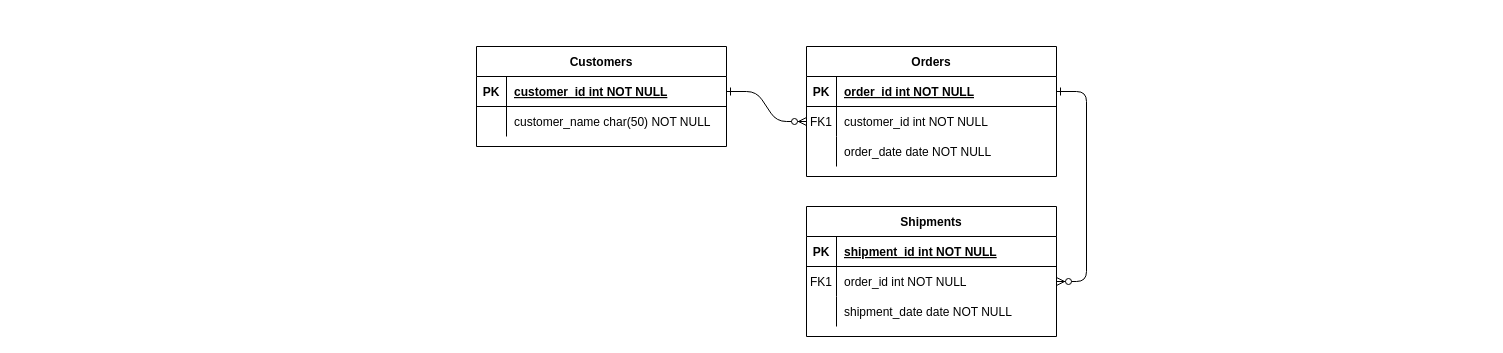
The draw.io diagram Draw.io/diagrama_entidade_relacionamento_ES.drawio in Organization-Meets/Meets_Docs, before the edit. Source tidied: cells renumbered, new cells numbered last; positions are measured from the earlier drawing's top-left corner, leaving out a move shared by most shapes. Both pictures are drawn from the tidied source at 100%, with x=0, y=0 at pixel (476, 46).
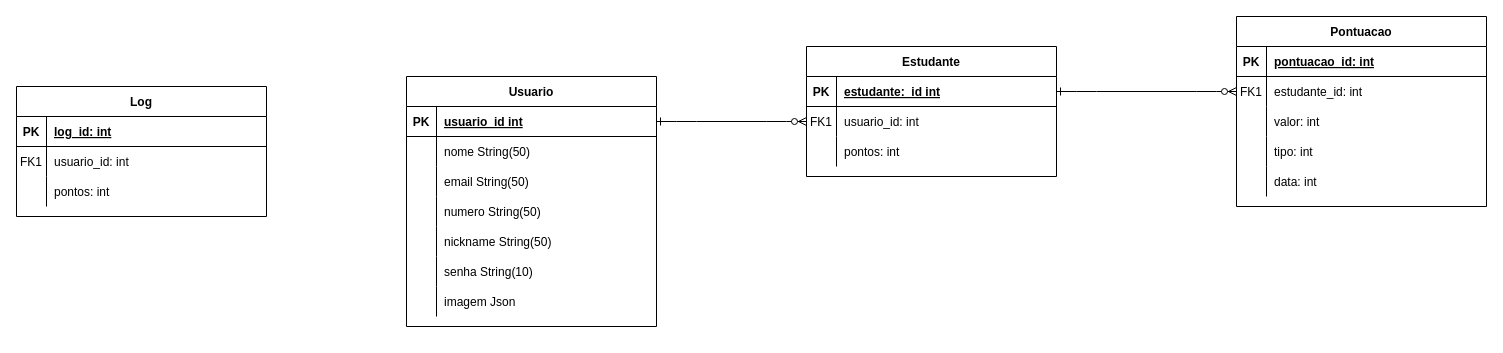
The same page after the edit.

Unchanged cells that the change refers to:
```xml
<mxCell id="5" style="shape=partialRectangle;fillColor=none;points=[[0,0.5],[1,0.5]];portConstraint=eastwest;top=0;left=0;right=0;bottom=1;" parent="4" vertex="1">
  <mxGeometry y="30" width="250" height="30" as="geometry" />
</mxCell>
<mxCell id="8" style="shape=partialRectangle;fillColor=none;points=[[0,0.5],[1,0.5]];portConstraint=eastwest;top=0;left=0;right=0;bottom=0;" parent="4" vertex="1">
  <mxGeometry y="60" width="250" height="30" as="geometry" />
</mxCell>
<mxCell id="11" style="shape=partialRectangle;fillColor=none;top=0;left=0;right=0;bottom=0;" parent="4" vertex="1">
  <mxGeometry y="90" width="250" height="30" as="geometry" />
</mxCell>
<mxCell id="15" style="shape=partialRectangle;fillColor=none;top=0;left=0;right=0;bottom=1;" parent="14" vertex="1">
  <mxGeometry y="30" width="250" height="30" as="geometry" />
</mxCell>
<mxCell id="18" style="shape=partialRectangle;fillColor=none;points=[[0,0.5],[1,0.5]];portConstraint=eastwest;top=0;left=0;right=0;bottom=0;" parent="14" vertex="1">
  <mxGeometry y="60" width="250" height="30" as="geometry" />
</mxCell>
<mxCell id="21" style="shape=partialRectangle;fillColor=none;top=0;left=0;right=0;bottom=0;" parent="14" vertex="1">
  <mxGeometry y="90" width="250" height="30" as="geometry" />
</mxCell>
<mxCell id="25" style="shape=partialRectangle;fillColor=none;points=[[0,0.5],[1,0.5]];portConstraint=eastwest;top=0;left=0;right=0;bottom=1;" parent="24" vertex="1">
  <mxGeometry y="30" width="250" height="30" as="geometry" />
</mxCell>
<mxCell id="28" style="shape=partialRectangle;fillColor=none;top=0;left=0;right=0;bottom=0;" parent="24" vertex="1">
  <mxGeometry y="60" width="250" height="30" as="geometry" />
</mxCell>
```

Change to the diagram source:
```diff
@@
-    <mxCell id="4" value="Orders" style="shape=table;startSize=30;childLayout=tableLayout;rowLines=0;fontStyle=1;align=center;" parent="1" vertex="1">
+    <mxCell id="4" value="Estudante" style="shape=table;startSize=30;childLayout=tableLayout;rowLines=0;fontStyle=1;align=center;" parent="1" vertex="1">
       <mxGeometry x="330" width="250" height="130" as="geometry" />
     </mxCell>
@@
-    <mxCell id="7" value="order_id int NOT NULL " style="shape=partialRectangle;overflow=hidden;fillColor=none;top=0;left=0;bottom=0;right=0;align=left;spacingLeft=6;fontStyle=5;" parent="5" vertex="1">
+    <mxCell id="7" value="estudante:_id int" style="shape=partialRectangle;overflow=hidden;fillColor=none;top=0;left=0;bottom=0;right=0;align=left;spacingLeft=6;fontStyle=5;" parent="5" vertex="1">
       <mxGeometry x="30" width="220" height="30" as="geometry" />
     </mxCell>
@@
-    <mxCell id="10" value="customer_id int NOT NULL" style="shape=partialRectangle;overflow=hidden;fillColor=none;top=0;left=0;bottom=0;right=0;align=left;spacingLeft=6;" parent="8" vertex="1">
+    <mxCell id="10" value="usuario_id: int" style="shape=partialRectangle;overflow=hidden;fillColor=none;top=0;left=0;bottom=0;right=0;align=left;spacingLeft=6;" parent="8" vertex="1">
       <mxGeometry x="30" width="220" height="30" as="geometry" />
     </mxCell>
@@
-    <mxCell id="13" value="order_date date NOT NULL" style="shape=partialRectangle;overflow=hidden;fillColor=none;top=0;left=0;bottom=0;right=0;align=left;spacingLeft=6;" parent="11" vertex="1">
+    <mxCell id="13" value="pontos: int" style="shape=partialRectangle;overflow=hidden;fillColor=none;top=0;left=0;bottom=0;right=0;align=left;spacingLeft=6;" parent="11" vertex="1">
       <mxGeometry x="30" width="220" height="30" as="geometry" />
     </mxCell>
-    <mxCell id="14" value="Shipments" style="shape=table;startSize=30;childLayout=tableLayout;rowLines=0;fontStyle=1;align=center;" parent="1" vertex="1">
-      <mxGeometry x="330" y="160" width="250" height="130" as="geometry" />
+    <mxCell id="14" value="Pontuacao" style="shape=table;startSize=30;childLayout=tableLayout;rowLines=0;fontStyle=1;align=center;" parent="1" vertex="1">
+      <mxGeometry x="760" y="-30" width="250" height="190" as="geometry" />
     </mxCell>
@@
-    <mxCell id="17" value="shipment_id int NOT NULL " style="shape=partialRectangle;overflow=hidden;fillColor=none;top=0;left=0;bottom=0;right=0;align=left;spacingLeft=6;fontStyle=5;" parent="15" vertex="1">
+    <mxCell id="17" value="pontuacao_id: int" style="shape=partialRectangle;overflow=hidden;fillColor=none;top=0;left=0;bottom=0;right=0;align=left;spacingLeft=6;fontStyle=5;" parent="15" vertex="1">
       <mxGeometry x="30" width="220" height="30" as="geometry" />
     </mxCell>
@@
-    <mxCell id="20" value="order_id int NOT NULL" style="shape=partialRectangle;overflow=hidden;fillColor=none;top=0;left=0;bottom=0;right=0;align=left;spacingLeft=6;" parent="18" vertex="1">
+    <mxCell id="20" value="estudante_id: int" style="shape=partialRectangle;overflow=hidden;fillColor=none;top=0;left=0;bottom=0;right=0;align=left;spacingLeft=6;" parent="18" vertex="1">
       <mxGeometry x="30" width="220" height="30" as="geometry" />
     </mxCell>
@@
-    <mxCell id="23" value="shipment_date date NOT NULL" style="shape=partialRectangle;overflow=hidden;fillColor=none;top=0;left=0;bottom=0;right=0;align=left;spacingLeft=6;" parent="21" vertex="1">
+    <mxCell id="23" value="valor: int" style="shape=partialRectangle;overflow=hidden;fillColor=none;top=0;left=0;bottom=0;right=0;align=left;spacingLeft=6;" parent="21" vertex="1">
       <mxGeometry x="30" width="220" height="30" as="geometry" />
     </mxCell>
+    <mxCell id="31" style="shape=partialRectangle;fillColor=none;top=0;left=0;right=0;bottom=0;" parent="14" vertex="1">
+      <mxGeometry y="120" width="250" height="30" as="geometry" />
+    </mxCell>
+    <mxCell id="32" style="shape=partialRectangle;overflow=hidden;fillColor=none;top=0;left=0;bottom=0;right=0;" parent="31" vertex="1">
+      <mxGeometry width="30" height="30" as="geometry" />
+    </mxCell>
+    <mxCell id="33" value="tipo: int" style="shape=partialRectangle;overflow=hidden;fillColor=none;top=0;left=0;bottom=0;right=0;align=left;spacingLeft=6;" parent="31" vertex="1">
+      <mxGeometry x="30" width="220" height="30" as="geometry" />
+    </mxCell>
+    <mxCell id="34" style="shape=partialRectangle;fillColor=none;top=0;left=0;right=0;bottom=0;" parent="14" vertex="1">
+      <mxGeometry y="150" width="250" height="30" as="geometry" />
+    </mxCell>
+    <mxCell id="35" style="shape=partialRectangle;overflow=hidden;fillColor=none;top=0;left=0;bottom=0;right=0;" parent="34" vertex="1">
+      <mxGeometry width="30" height="30" as="geometry" />
+    </mxCell>
+    <mxCell id="36" value="data: int" style="shape=partialRectangle;overflow=hidden;fillColor=none;top=0;left=0;bottom=0;right=0;align=left;spacingLeft=6;" parent="34" vertex="1">
+      <mxGeometry x="30" width="220" height="30" as="geometry" />
+    </mxCell>
-    <mxCell id="24" value="Customers" style="shape=table;startSize=30;childLayout=tableLayout;rowLines=0;fontStyle=1;align=center;" parent="1" vertex="1">
-      <mxGeometry width="250" height="100" as="geometry" />
+    <mxCell id="24" value="Usuario" style="shape=table;startSize=30;childLayout=tableLayout;rowLines=0;fontStyle=1;align=center;" parent="1" vertex="1">
+      <mxGeometry x="-70" y="30" width="250" height="250" as="geometry" />
     </mxCell>
@@
-    <mxCell id="27" value="customer_id int NOT NULL " style="shape=partialRectangle;overflow=hidden;fillColor=none;top=0;left=0;bottom=0;right=0;align=left;spacingLeft=6;fontStyle=5;" parent="25" vertex="1">
+    <mxCell id="27" value="usuario_id int" style="shape=partialRectangle;overflow=hidden;fillColor=none;top=0;left=0;bottom=0;right=0;align=left;spacingLeft=6;fontStyle=5;" parent="25" vertex="1">
       <mxGeometry x="30" width="220" height="30" as="geometry" />
     </mxCell>
@@
-    <mxCell id="30" value="customer_name char(50) NOT NULL" style="shape=partialRectangle;overflow=hidden;fillColor=none;top=0;left=0;bottom=0;right=0;align=left;spacingLeft=6;" parent="28" vertex="1">
+    <mxCell id="30" value="nome String(50)" style="shape=partialRectangle;overflow=hidden;fillColor=none;top=0;left=0;bottom=0;right=0;align=left;spacingLeft=6;" parent="28" vertex="1">
       <mxGeometry x="30" width="220" height="30" as="geometry" />
     </mxCell>
+    <mxCell id="37" style="shape=partialRectangle;fillColor=none;top=0;left=0;right=0;bottom=0;" parent="24" vertex="1">
+      <mxGeometry y="90" width="250" height="30" as="geometry" />
+    </mxCell>
+    <mxCell id="38" style="shape=partialRectangle;overflow=hidden;fillColor=none;top=0;left=0;bottom=0;right=0;" parent="37" vertex="1">
+      <mxGeometry width="30" height="30" as="geometry" />
+    </mxCell>
+    <mxCell id="39" value="email String(50)" style="shape=partialRectangle;overflow=hidden;fillColor=none;top=0;left=0;bottom=0;right=0;align=left;spacingLeft=6;" parent="37" vertex="1">
+      <mxGeometry x="30" width="220" height="30" as="geometry" />
+    </mxCell>
+    <mxCell id="40" style="shape=partialRectangle;fillColor=none;top=0;left=0;right=0;bottom=0;" parent="24" vertex="1">
+      <mxGeometry y="120" width="250" height="30" as="geometry" />
+    </mxCell>
+    <mxCell id="41" style="shape=partialRectangle;overflow=hidden;fillColor=none;top=0;left=0;bottom=0;right=0;" parent="40" vertex="1">
+      <mxGeometry width="30" height="30" as="geometry" />
+    </mxCell>
+    <mxCell id="42" value="numero String(50)" style="shape=partialRectangle;overflow=hidden;fillColor=none;top=0;left=0;bottom=0;right=0;align=left;spacingLeft=6;" parent="40" vertex="1">
+      <mxGeometry x="30" width="220" height="30" as="geometry" />
+    </mxCell>
+    <mxCell id="43" style="shape=partialRectangle;fillColor=none;top=0;left=0;right=0;bottom=0;" parent="24" vertex="1">
+      <mxGeometry y="150" width="250" height="30" as="geometry" />
+    </mxCell>
+    <mxCell id="44" style="shape=partialRectangle;overflow=hidden;fillColor=none;top=0;left=0;bottom=0;right=0;" parent="43" vertex="1">
+      <mxGeometry width="30" height="30" as="geometry" />
+    </mxCell>
+    <mxCell id="45" value="nickname String(50)" style="shape=partialRectangle;overflow=hidden;fillColor=none;top=0;left=0;bottom=0;right=0;align=left;spacingLeft=6;" parent="43" vertex="1">
+      <mxGeometry x="30" width="220" height="30" as="geometry" />
+    </mxCell>
+    <mxCell id="46" style="shape=partialRectangle;fillColor=none;top=0;left=0;right=0;bottom=0;" parent="24" vertex="1">
+      <mxGeometry y="180" width="250" height="30" as="geometry" />
+    </mxCell>
+    <mxCell id="47" style="shape=partialRectangle;overflow=hidden;fillColor=none;top=0;left=0;bottom=0;right=0;" parent="46" vertex="1">
+      <mxGeometry width="30" height="30" as="geometry" />
+    </mxCell>
+    <mxCell id="48" value="senha String(10)" style="shape=partialRectangle;overflow=hidden;fillColor=none;top=0;left=0;bottom=0;right=0;align=left;spacingLeft=6;" parent="46" vertex="1">
+      <mxGeometry x="30" width="220" height="30" as="geometry" />
+    </mxCell>
+    <mxCell id="49" style="shape=partialRectangle;fillColor=none;top=0;left=0;right=0;bottom=0;" parent="24" vertex="1">
+      <mxGeometry y="210" width="250" height="30" as="geometry" />
+    </mxCell>
+    <mxCell id="50" style="shape=partialRectangle;overflow=hidden;fillColor=none;top=0;left=0;bottom=0;right=0;" parent="49" vertex="1">
+      <mxGeometry width="30" height="30" as="geometry" />
+    </mxCell>
+    <mxCell id="51" value="imagem Json" style="shape=partialRectangle;overflow=hidden;fillColor=none;top=0;left=0;bottom=0;right=0;align=left;spacingLeft=6;" parent="49" vertex="1">
+      <mxGeometry x="30" width="220" height="30" as="geometry" />
+    </mxCell>
+    <mxCell id="52" value="Log" style="shape=table;startSize=30;childLayout=tableLayout;rowLines=0;fontStyle=1;align=center;" parent="1" vertex="1">
+      <mxGeometry x="-460" y="40" width="250" height="130" as="geometry" />
+    </mxCell>
+    <mxCell id="53" style="shape=partialRectangle;fillColor=none;top=0;left=0;right=0;bottom=1;" parent="52" vertex="1">
+      <mxGeometry y="30" width="250" height="30" as="geometry" />
+    </mxCell>
+    <mxCell id="54" value="PK" style="shape=partialRectangle;overflow=hidden;fillColor=none;top=0;left=0;bottom=0;right=0;fontStyle=1;" parent="53" vertex="1">
+      <mxGeometry width="30" height="30" as="geometry" />
+    </mxCell>
+    <mxCell id="55" value="log_id: int" style="shape=partialRectangle;overflow=hidden;fillColor=none;top=0;left=0;bottom=0;right=0;align=left;spacingLeft=6;fontStyle=5;" parent="53" vertex="1">
+      <mxGeometry x="30" width="220" height="30" as="geometry" />
+    </mxCell>
+    <mxCell id="56" style="shape=partialRectangle;fillColor=none;top=0;left=0;right=0;bottom=0;" parent="52" vertex="1">
+      <mxGeometry y="60" width="250" height="30" as="geometry" />
+    </mxCell>
+    <mxCell id="57" value="FK1" style="shape=partialRectangle;overflow=hidden;fillColor=none;top=0;left=0;bottom=0;right=0;" parent="56" vertex="1">
+      <mxGeometry width="30" height="30" as="geometry" />
+    </mxCell>
+    <mxCell id="58" value="usuario_id: int" style="shape=partialRectangle;overflow=hidden;fillColor=none;top=0;left=0;bottom=0;right=0;align=left;spacingLeft=6;" parent="56" vertex="1">
+      <mxGeometry x="30" width="220" height="30" as="geometry" />
+    </mxCell>
+    <mxCell id="59" style="shape=partialRectangle;fillColor=none;top=0;left=0;right=0;bottom=0;" parent="52" vertex="1">
+      <mxGeometry y="90" width="250" height="30" as="geometry" />
+    </mxCell>
+    <mxCell id="60" style="shape=partialRectangle;overflow=hidden;fillColor=none;top=0;left=0;bottom=0;right=0;" parent="59" vertex="1">
+      <mxGeometry width="30" height="30" as="geometry" />
+    </mxCell>
+    <mxCell id="61" value="pontos: int" style="shape=partialRectangle;overflow=hidden;fillColor=none;top=0;left=0;bottom=0;right=0;align=left;spacingLeft=6;" parent="59" vertex="1">
+      <mxGeometry x="30" width="220" height="30" as="geometry" />
+    </mxCell>
```
